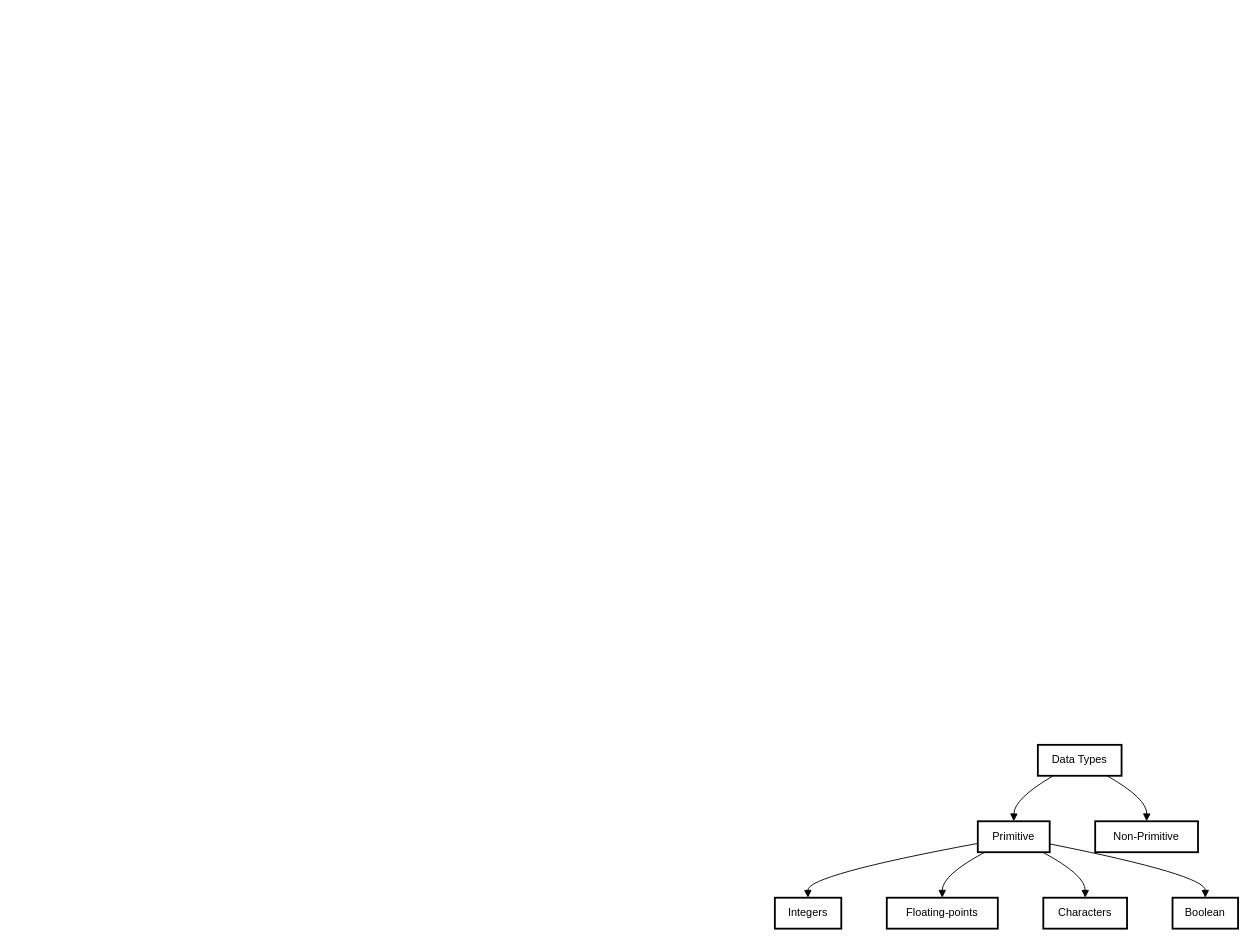
Earlier version of the draw.io diagram Untitled Diagram.drawio (chitrasem/CodingWithChitra). Source tidied: cells renumbered, new cells numbered last; positions are measured from the earlier drawing's top-left corner, leaving out a move shared by most shapes. Both pictures are drawn from the tidied source at 91%, with x=0, y=0 at pixel (774, 744).
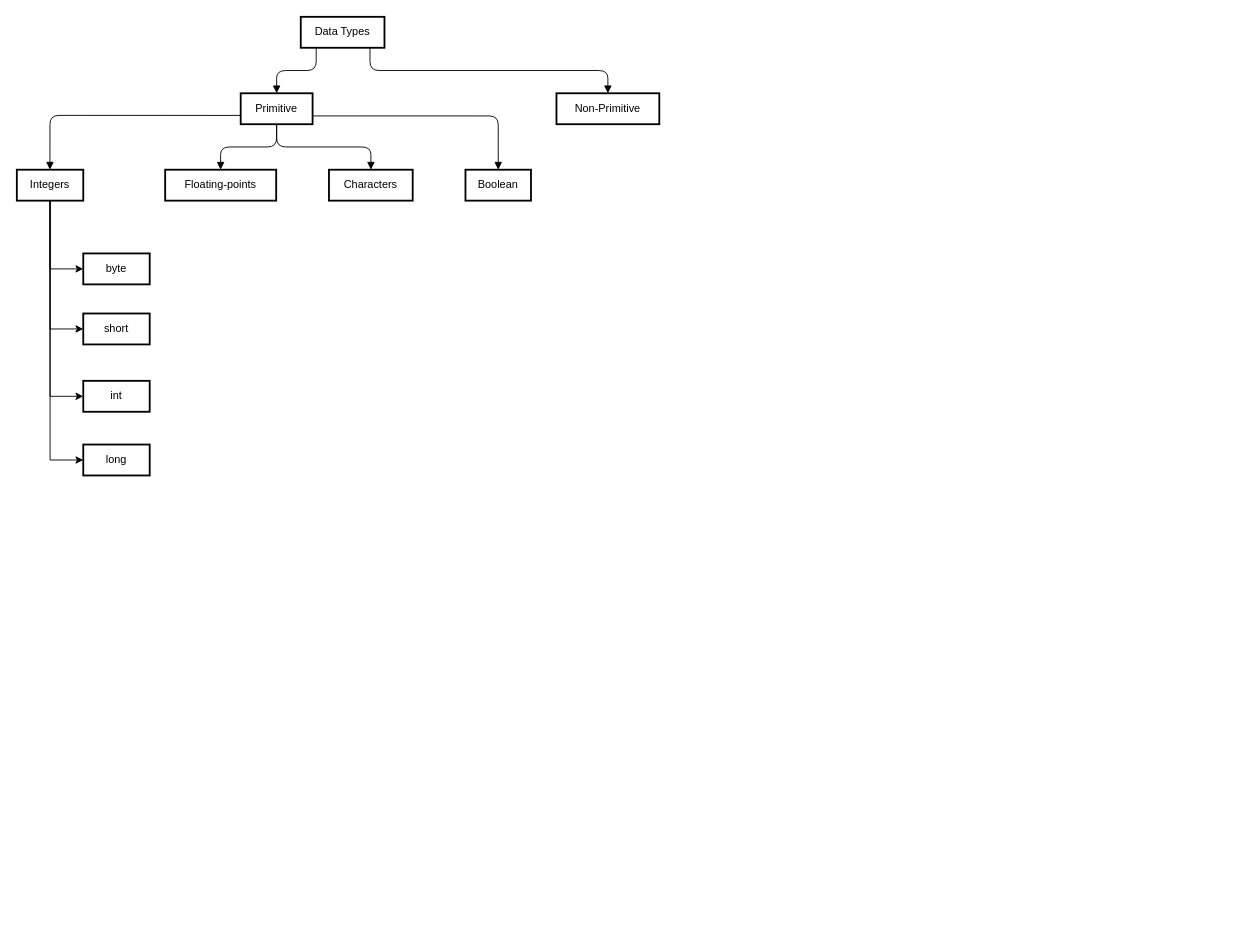
The same page after the edit.

The edit, as a diff of the source:
```diff
@@
     <mxCell id="2" value="Data Types" style="whiteSpace=wrap;strokeWidth=2;" parent="1" vertex="1">
-      <mxGeometry x="289" width="92" height="34" as="geometry" />
+      <mxGeometry x="-521" y="-800" width="92" height="34" as="geometry" />
     </mxCell>
     <mxCell id="3" value="Primitive" style="whiteSpace=wrap;strokeWidth=2;" parent="1" vertex="1">
-      <mxGeometry x="223" y="84" width="79" height="34" as="geometry" />
+      <mxGeometry x="-587" y="-716" width="79" height="34" as="geometry" />
     </mxCell>
+    <mxCell id="15" style="edgeStyle=orthogonalEdgeStyle;rounded=0;jettySize=auto;html=1;entryX=0;entryY=0.5;entryDx=0;entryDy=0;flowAnimation=1;" parent="1" edge="1" source="4" target="19">
+      <mxGeometry relative="1" as="geometry" />
+    </mxCell>
+    <mxCell id="16" style="edgeStyle=orthogonalEdgeStyle;rounded=0;jettySize=auto;html=1;entryX=0;entryY=0.5;entryDx=0;entryDy=0;flowAnimation=1;" parent="1" edge="1" source="4" target="20">
+      <mxGeometry relative="1" as="geometry" />
+    </mxCell>
+    <mxCell id="17" style="edgeStyle=orthogonalEdgeStyle;rounded=0;jettySize=auto;html=1;entryX=0;entryY=0.5;entryDx=0;entryDy=0;flowAnimation=1;" parent="1" edge="1" source="4" target="21">
+      <mxGeometry relative="1" as="geometry" />
+    </mxCell>
+    <mxCell id="18" style="edgeStyle=orthogonalEdgeStyle;rounded=0;jettySize=auto;html=1;entryX=0;entryY=0.5;entryDx=0;entryDy=0;flowAnimation=1;" parent="1" edge="1" source="4" target="22">
+      <mxGeometry relative="1" as="geometry" />
+    </mxCell>
     <mxCell id="4" value="Integers" style="whiteSpace=wrap;strokeWidth=2;" parent="1" vertex="1">
-      <mxGeometry y="168" width="73" height="34" as="geometry" />
+      <mxGeometry x="-833" y="-632" width="73" height="34" as="geometry" />
     </mxCell>
     <mxCell id="5" value="Floating-points" style="whiteSpace=wrap;strokeWidth=2;" parent="1" vertex="1">
-      <mxGeometry x="123" y="168" width="122" height="34" as="geometry" />
+      <mxGeometry x="-670" y="-632" width="122" height="34" as="geometry" />
     </mxCell>
     <mxCell id="6" value="Characters" style="whiteSpace=wrap;strokeWidth=2;" parent="1" vertex="1">
-      <mxGeometry x="295" y="168" width="92" height="34" as="geometry" />
+      <mxGeometry x="-490" y="-632" width="92" height="34" as="geometry" />
     </mxCell>
     <mxCell id="7" value="Boolean" style="whiteSpace=wrap;strokeWidth=2;" parent="1" vertex="1">
-      <mxGeometry x="437" y="168" width="72" height="34" as="geometry" />
+      <mxGeometry x="-340" y="-632" width="72" height="34" as="geometry" />
     </mxCell>
     <mxCell id="8" value="Non-Primitive" style="whiteSpace=wrap;strokeWidth=2;" parent="1" vertex="1">
-      <mxGeometry x="352" y="84" width="113" height="34" as="geometry" />
+      <mxGeometry x="-240" y="-716" width="113" height="34" as="geometry" />
     </mxCell>
-    <mxCell id="9" style="curved=1;startArrow=none;endArrow=block;exitX=0.18435560941202558;exitY=1;entryX=0.5001055077661442;entryY=0;" parent="1" edge="1" source="2" target="3">
-      <mxGeometry relative="1" as="geometry">
-        <Array as="points">
-          <mxPoint x="263" y="59" />
-        </Array>
-      </mxGeometry>
+    <mxCell id="9" style="startArrow=none;endArrow=block;exitX=0.18435560941202558;exitY=1;entryX=0.5001055077661442;entryY=0;edgeStyle=orthogonalEdgeStyle;comic=0;flowAnimation=1;" parent="1" edge="1" source="2" target="3">
+      <mxGeometry relative="1" as="geometry" />
     </mxCell>
-    <mxCell id="10" style="curved=1;startArrow=none;endArrow=block;exitX=-0.0016877379598496836;exitY=0.7165497506518593;entryX=0.4982876712328767;entryY=0;" parent="1" edge="1" source="3" target="4">
-      <mxGeometry relative="1" as="geometry">
-        <Array as="points">
-          <mxPoint x="36" y="143" />
-        </Array>
-      </mxGeometry>
+    <mxCell id="10" style="startArrow=none;endArrow=block;exitX=-0.0016877379598496836;exitY=0.7165497506518593;entryX=0.4982876712328767;entryY=0;edgeStyle=orthogonalEdgeStyle;flowAnimation=1;" parent="1" edge="1" source="3" target="4">
+      <mxGeometry relative="1" as="geometry" />
     </mxCell>
-    <mxCell id="11" style="curved=1;startArrow=none;endArrow=block;exitX=0.09743572416759659;exitY=1;entryX=0.4993169503133805;entryY=0;" parent="1" edge="1" source="3" target="5">
-      <mxGeometry relative="1" as="geometry">
-        <Array as="points">
-          <mxPoint x="184" y="143" />
-        </Array>
-      </mxGeometry>
+    <mxCell id="11" style="startArrow=none;endArrow=block;exitX=0.5;exitY=1;entryX=0.4993169503133805;entryY=0;edgeStyle=orthogonalEdgeStyle;flowAnimation=1;exitDx=0;exitDy=0;" parent="1" edge="1" source="3" target="5">
+      <mxGeometry relative="1" as="geometry" />
     </mxCell>
-    <mxCell id="12" style="curved=1;startArrow=none;endArrow=block;exitX=0.9027752913646918;exitY=1;entryX=0.5010869814001996;entryY=0;" parent="1" edge="1" source="3" target="6">
-      <mxGeometry relative="1" as="geometry">
-        <Array as="points">
-          <mxPoint x="341" y="143" />
-        </Array>
-      </mxGeometry>
+    <mxCell id="12" style="startArrow=none;endArrow=block;exitX=0.5;exitY=1;entryX=0.5010869814001996;entryY=0;edgeStyle=orthogonalEdgeStyle;flowAnimation=1;exitDx=0;exitDy=0;" parent="1" edge="1" source="3" target="6">
+      <mxGeometry relative="1" as="geometry" />
     </mxCell>
-    <mxCell id="13" style="curved=1;startArrow=none;endArrow=block;exitX=1.001898753492138;exitY=0.7326139690858874;entryX=0.5003472434149848;entryY=0;" parent="1" edge="1" source="3" target="7">
-      <mxGeometry relative="1" as="geometry">
-        <Array as="points">
-          <mxPoint x="473" y="143" />
-        </Array>
-      </mxGeometry>
+    <mxCell id="13" style="startArrow=none;endArrow=block;exitX=1.001898753492138;exitY=0.7326139690858874;entryX=0.5003472434149848;entryY=0;edgeStyle=orthogonalEdgeStyle;flowAnimation=1;" parent="1" edge="1" source="3" target="7">
+      <mxGeometry relative="1" as="geometry" />
     </mxCell>
-    <mxCell id="14" style="curved=1;startArrow=none;endArrow=block;exitX=0.8266951539254829;exitY=1;entryX=0.5000737620665964;entryY=0;" parent="1" edge="1" source="2" target="8">
-      <mxGeometry relative="1" as="geometry">
-        <Array as="points">
-          <mxPoint x="409" y="59" />
-        </Array>
-      </mxGeometry>
+    <mxCell id="14" style="startArrow=none;endArrow=block;exitX=0.8266951539254829;exitY=1;entryX=0.5000737620665964;entryY=0;edgeStyle=orthogonalEdgeStyle;flowAnimation=1;" parent="1" edge="1" source="2" target="8">
+      <mxGeometry relative="1" as="geometry" />
     </mxCell>
+    <mxCell id="19" value="byte" style="whiteSpace=wrap;strokeWidth=2;" parent="1" vertex="1">
+      <mxGeometry x="-760" y="-540" width="73" height="34" as="geometry" />
+    </mxCell>
+    <mxCell id="20" value="short" style="whiteSpace=wrap;strokeWidth=2;" parent="1" vertex="1">
+      <mxGeometry x="-760" y="-474" width="73" height="34" as="geometry" />
+    </mxCell>
+    <mxCell id="21" value="int" style="whiteSpace=wrap;strokeWidth=2;" parent="1" vertex="1">
+      <mxGeometry x="-760" y="-400" width="73" height="34" as="geometry" />
+    </mxCell>
+    <mxCell id="22" value="long" style="whiteSpace=wrap;strokeWidth=2;" parent="1" vertex="1">
+      <mxGeometry x="-760" y="-330" width="73" height="34" as="geometry" />
+    </mxCell>
```
